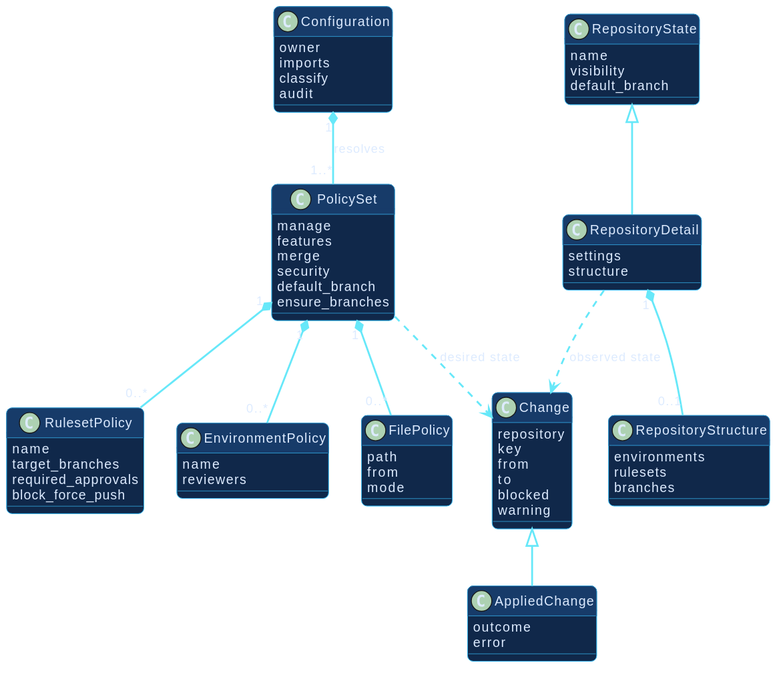
This is docs/assets/diagrams/domain-model.svg from hector-ae21/octoform-docs, a PlantUML export, as it was before one commit. Source of this version:
```plantuml
@startuml
!include _theme.iuml

class Configuration {
  owner
  imports
  classify
  audit
}

class PolicySet {
  manage
  features
  merge
  security
  default_branch
  ensure_branches
}

class RulesetPolicy {
  name
  target_branches
  required_approvals
  block_force_push
}

class EnvironmentPolicy {
  name
  reviewers
}

class FilePolicy {
  path
  from
  mode
}

class RepositoryState {
  name
  visibility
  default_branch
}

class RepositoryDetail {
  settings
  structure
}

class RepositoryStructure {
  environments
  rulesets
  branches
}

class Change {
  repository
  key
  from
  to
  blocked
  warning
}

class AppliedChange {
  outcome
  error
}

Configuration "1" *-- "1..*" PolicySet : resolves
PolicySet "1" *-- "0..*" RulesetPolicy
PolicySet "1" *-- "0..*" EnvironmentPolicy
PolicySet "1" *-- "0..*" FilePolicy
RepositoryState <|-- RepositoryDetail
RepositoryDetail "1" *-- "0..1" RepositoryStructure
Change <|-- AppliedChange
PolicySet ..> Change : desired state
RepositoryDetail ..> Change : observed state
@enduml
```
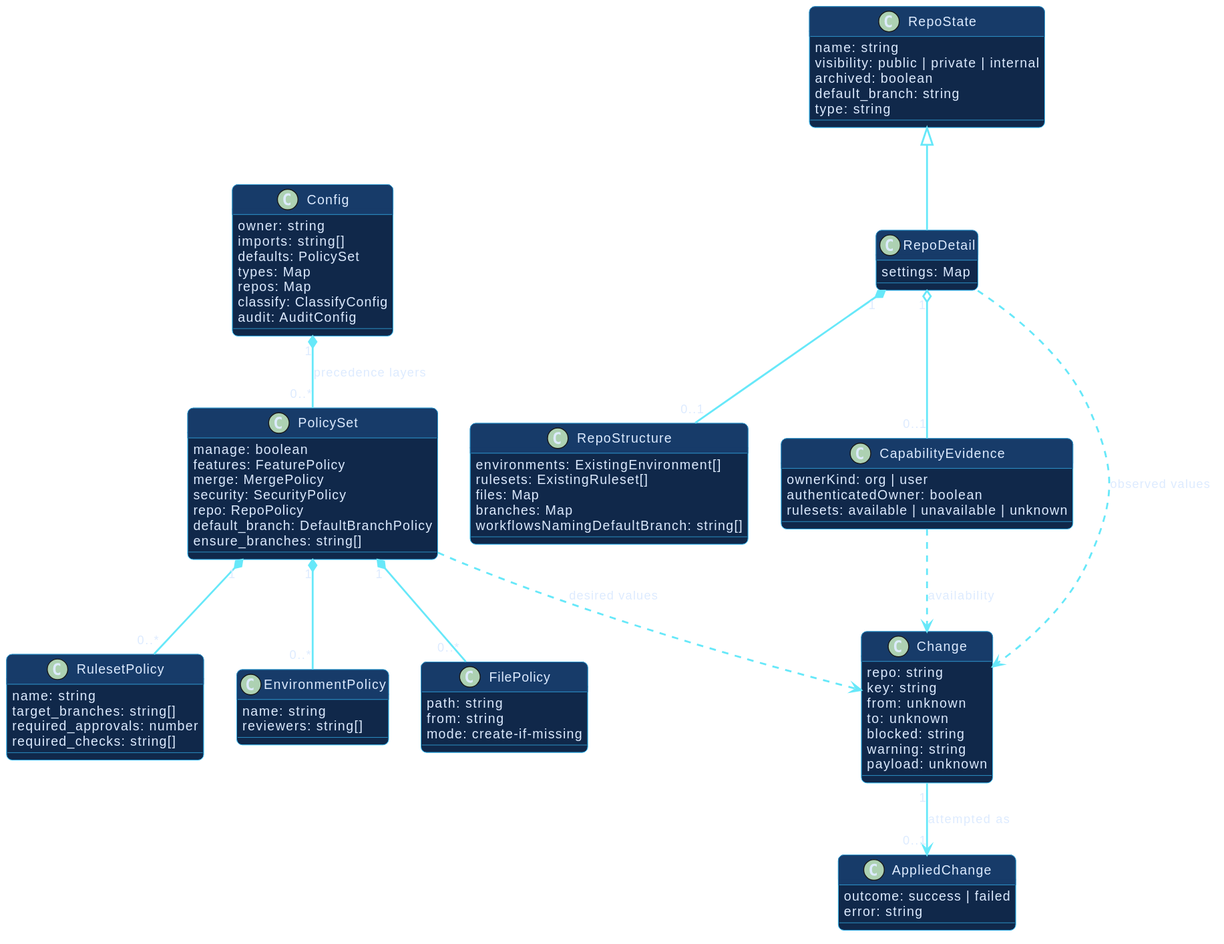
After the change.

The edit, as a diff of the source:
```diff
@@ -1,78 +1,94 @@
 @startuml
 !include _theme.iuml
 
-class Configuration {
-  owner
-  imports
-  classify
-  audit
+class Config {
+  owner: string
+  imports: string[]
+  defaults: PolicySet
+  types: Map
+  repos: Map
+  classify: ClassifyConfig
+  audit: AuditConfig
 }
 
 class PolicySet {
-  manage
-  features
-  merge
-  security
-  default_branch
-  ensure_branches
+  manage: boolean
+  features: FeaturePolicy
+  merge: MergePolicy
+  security: SecurityPolicy
+  repo: RepoPolicy
+  default_branch: DefaultBranchPolicy
+  ensure_branches: string[]
 }
 
 class RulesetPolicy {
-  name
-  target_branches
-  required_approvals
-  block_force_push
+  name: string
+  target_branches: string[]
+  required_approvals: number
+  required_checks: string[]
 }
 
 class EnvironmentPolicy {
-  name
-  reviewers
+  name: string
+  reviewers: string[]
 }
 
 class FilePolicy {
-  path
-  from
-  mode
+  path: string
+  from: string
+  mode: create-if-missing
 }
 
-class RepositoryState {
-  name
-  visibility
-  default_branch
+class RepoState {
+  name: string
+  visibility: public | private | internal
+  archived: boolean
+  default_branch: string
+  type: string
 }
 
-class RepositoryDetail {
-  settings
-  structure
+class RepoDetail {
+  settings: Map
 }
 
-class RepositoryStructure {
-  environments
-  rulesets
-  branches
+class RepoStructure {
+  environments: ExistingEnvironment[]
+  rulesets: ExistingRuleset[]
+  files: Map
+  branches: Map
+  workflowsNamingDefaultBranch: string[]
+}
+
+class CapabilityEvidence {
+  ownerKind: org | user
+  authenticatedOwner: boolean
+  rulesets: available | unavailable | unknown
 }
 
 class Change {
-  repository
-  key
-  from
-  to
-  blocked
-  warning
+  repo: string
+  key: string
+  from: unknown
+  to: unknown
+  blocked: string
+  warning: string
+  payload: unknown
 }
 
 class AppliedChange {
-  outcome
-  error
+  outcome: success | failed
+  error: string
 }
 
-Configuration "1" *-- "1..*" PolicySet : resolves
+Config "1" *-- "0..*" PolicySet : precedence layers
 PolicySet "1" *-- "0..*" RulesetPolicy
 PolicySet "1" *-- "0..*" EnvironmentPolicy
 PolicySet "1" *-- "0..*" FilePolicy
-RepositoryState <|-- RepositoryDetail
-RepositoryDetail "1" *-- "0..1" RepositoryStructure
-Change <|-- AppliedChange
-PolicySet ..> Change : desired state
-RepositoryDetail ..> Change : observed state
+RepoState <|-- RepoDetail
+RepoDetail "1" *-- "0..1" RepoStructure
+RepoDetail "1" o-- "0..1" CapabilityEvidence
+PolicySet ..> Change : desired values
+RepoDetail ..> Change : observed values
+CapabilityEvidence ..> Change : availability
+Change "1" --> "0..1" AppliedChange : attempted as
 @enduml
```
